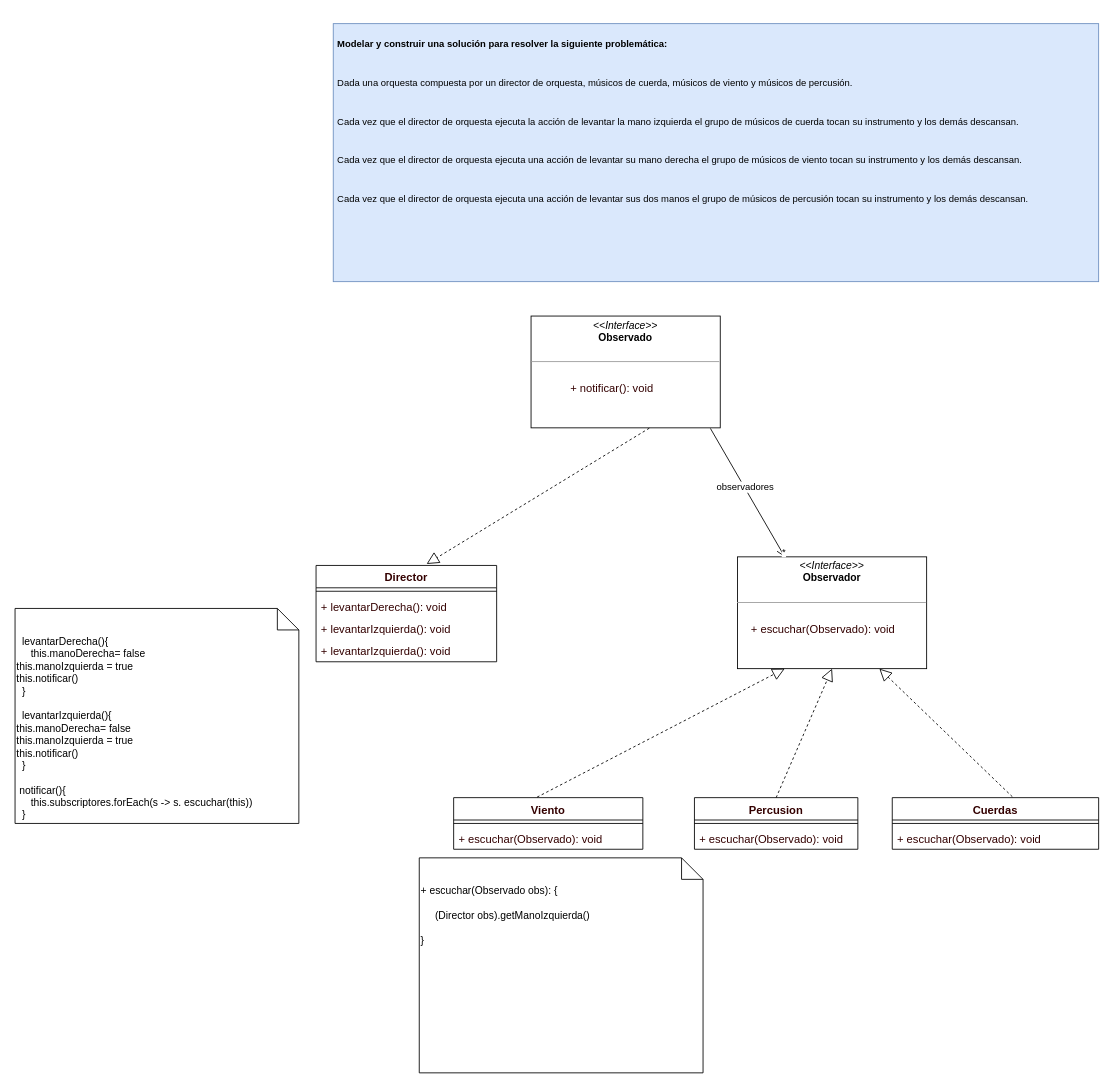
The draw.io diagram page "disenio-sistemas - clase 3 - observer" (3 of 3) of disenio_sistemas_clase.drawio in centrodph/Diagrams, before the edit. Source tidied: cells renumbered, new cells numbered last; positions are measured from the earlier drawing's top-left corner, leaving out a move shared by most shapes. Both pictures are drawn from the tidied source at 86%, with x=0, y=0 at pixel (15, 23).
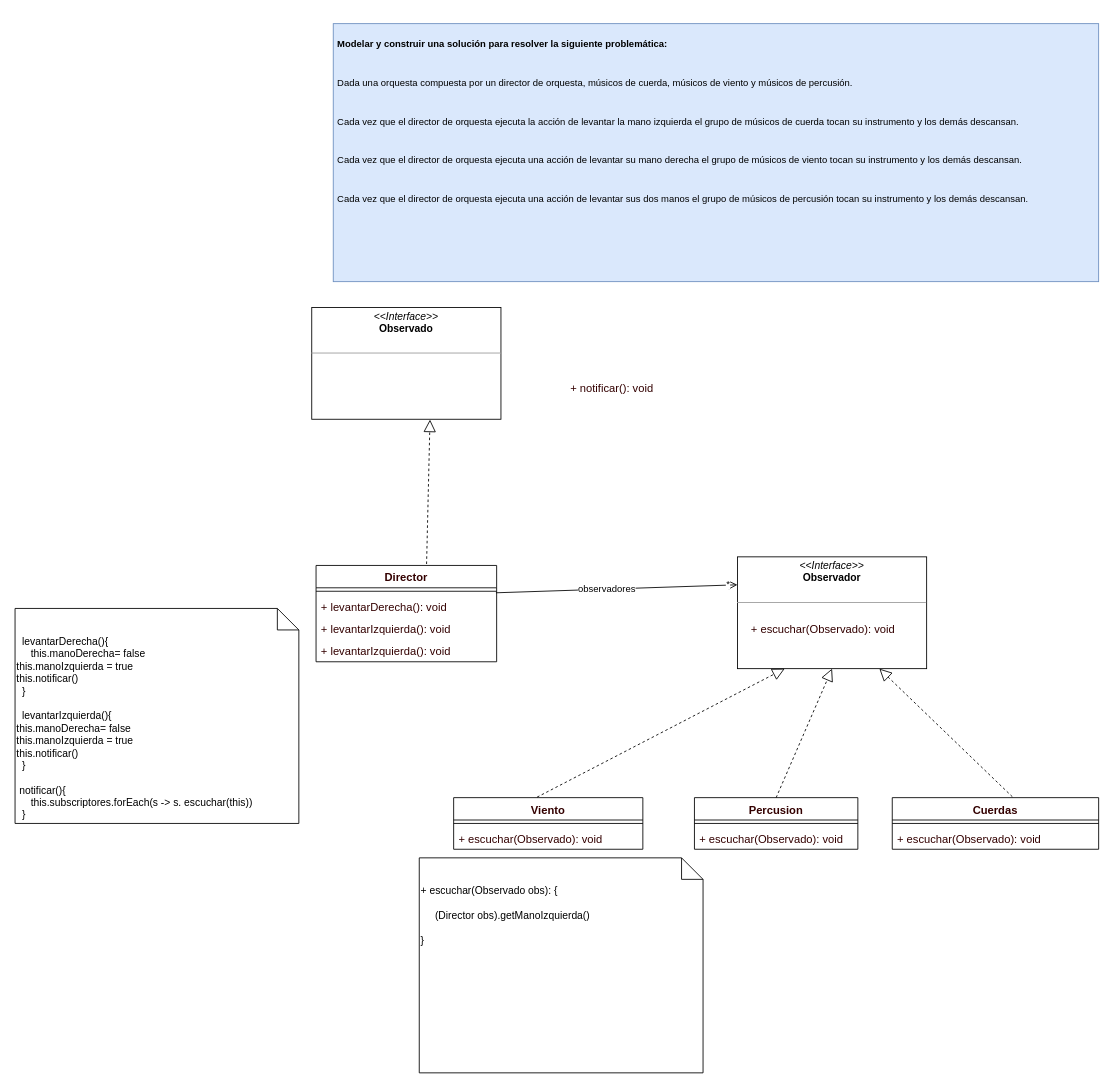
Above is the later version.

The change refers to these unchanged cells:
```xml
<mxCell id="12" value="&lt;p style=&quot;margin:0px;margin-top:4px;text-align:center;&quot;&gt;&lt;i&gt;&amp;lt;&amp;lt;Interface&amp;gt;&amp;gt;&lt;/i&gt;&lt;br&gt;&lt;b&gt;Observador&lt;/b&gt;&lt;/p&gt;&lt;br&gt;&lt;hr size=&quot;1&quot;&gt;" style="verticalAlign=top;align=left;overflow=fill;fontSize=12;fontFamily=Helvetica;html=1;whiteSpace=wrap;" parent="1" vertex="1">
  <mxGeometry x="840" y="620" width="220" height="130" as="geometry" />
</mxCell>
<mxCell id="16" value="Director" style="swimlane;fontStyle=1;align=center;verticalAlign=top;horizontal=1;startSize=26;fontSize=13;fontColor=#330000;" parent="1" vertex="1">
  <mxGeometry x="350" y="630" width="210" height="112" as="geometry" />
</mxCell>
<mxCell id="18" value="+ levantarDerecha(): void" style="text;strokeColor=none;fillColor=none;align=left;verticalAlign=top;spacingLeft=4;spacingRight=4;overflow=hidden;points=[[0,0.5],[1,0.5]];portConstraint=eastwest;fontSize=13;fontColor=#330000;" parent="16" vertex="1">
  <mxGeometry y="34" width="210" height="26" as="geometry" />
</mxCell>
```

Change to the diagram source:
```diff
@@
     <mxCell id="23" value="&lt;p style=&quot;margin:0px;margin-top:4px;text-align:center;&quot;&gt;&lt;i&gt;&amp;lt;&amp;lt;Interface&amp;gt;&amp;gt;&lt;/i&gt;&lt;br&gt;&lt;b&gt;Observado&lt;/b&gt;&lt;/p&gt;&lt;br&gt;&lt;hr size=&quot;1&quot;&gt;" style="verticalAlign=top;align=left;overflow=fill;fontSize=12;fontFamily=Helvetica;html=1;whiteSpace=wrap;" parent="1" vertex="1">
-      <mxGeometry x="600" y="340" width="220" height="130" as="geometry" />
+      <mxGeometry x="345" y="330" width="220" height="130" as="geometry" />
     </mxCell>
@@
-    <mxCell id="25" style="endArrow=block;dashed=1;endFill=0;endSize=12;html=1;rounded=0;entryX=0.612;entryY=-0.015;entryDx=0;entryDy=0;exitX=0.625;exitY=1.003;exitDx=0;exitDy=0;exitPerimeter=0;entryPerimeter=0;" parent="1" edge="1" source="23" target="16">
+    <mxCell id="25" style="endArrow=block;dashed=1;endFill=0;endSize=12;html=1;rounded=0;entryX=0.625;entryY=1.003;entryDx=0;entryDy=0;exitX=0.612;exitY=-0.015;exitDx=0;exitDy=0;exitPerimeter=0;entryPerimeter=0;" parent="1" edge="1" source="16" target="23">
       <mxGeometry relative="1" as="geometry" />
     </mxCell>
-    <mxCell id="26" style="endArrow=open;startArrow=none;endFill=0;startFill=0;endSize=8;html=1;verticalAlign=bottom;labelBackgroundColor=none;strokeWidth=1;rounded=0;entryX=0.25;entryY=0;entryDx=0;entryDy=0;exitX=0.948;exitY=1.005;exitDx=0;exitDy=0;exitPerimeter=0;" parent="1" edge="1" source="23" target="12">
+    <mxCell id="26" style="endArrow=open;startArrow=none;endFill=0;startFill=0;endSize=8;html=1;verticalAlign=bottom;labelBackgroundColor=none;strokeWidth=1;rounded=0;entryX=0;entryY=0.25;entryDx=0;entryDy=0;exitX=0.996;exitY=-0.085;exitDx=0;exitDy=0;exitPerimeter=0;" parent="1" edge="1" source="18" target="12">
       <mxGeometry relative="1" as="geometry" />
     </mxCell>
```
